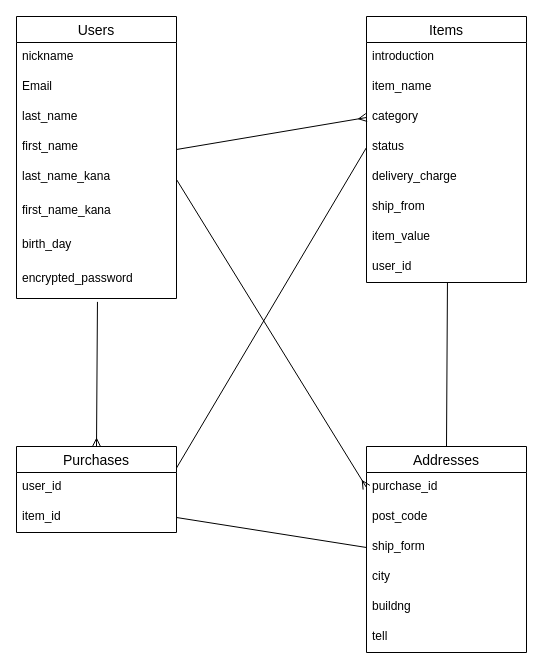
This is furimadb.drawio from IonIon917/furima-37218, a draw.io file, before an edit. Source tidied: cells renumbered, new cells numbered last; positions are measured from the earlier drawing's top-left corner, leaving out a move shared by most shapes. Both pictures are drawn from the tidied source at 100%, with x=0, y=0 at pixel (16, 16).
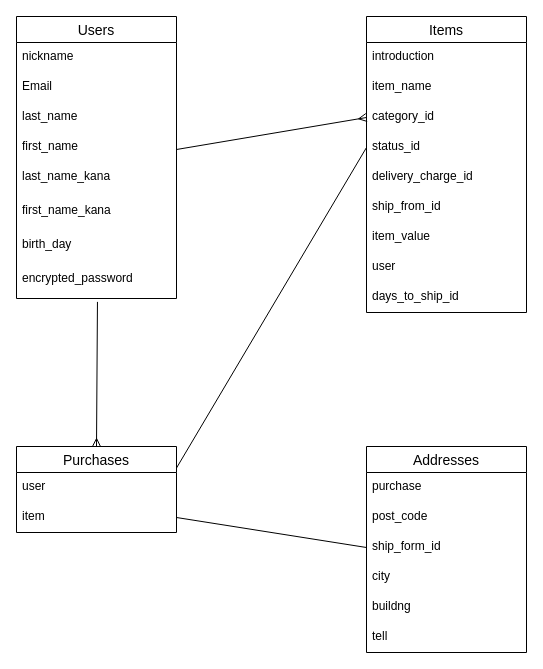
After the change.

The change refers to these unchanged cells:
```xml
<mxCell id="7" value="last_name_kana" style="text;strokeColor=none;fillColor=none;spacingLeft=4;spacingRight=4;overflow=hidden;points=[[0,0.5],[1,0.5]];portConstraint=eastwest;fontSize=12;" parent="2" vertex="1">
  <mxGeometry y="146" width="160" height="34" as="geometry" />
</mxCell>
<mxCell id="23" value="Purchases" style="swimlane;fontStyle=0;horizontal=1;startSize=26;align=center;fontSize=14;" parent="1" vertex="1">
  <mxGeometry y="430" width="160" height="86" as="geometry" />
</mxCell>
<mxCell id="27" value="Addresses" style="swimlane;fontStyle=0;horizontal=1;startSize=26;align=center;fontSize=14;" parent="1" vertex="1">
  <mxGeometry x="350" y="430" width="160" height="206" as="geometry" />
</mxCell>
```

The edit, as a diff of the source:
```diff
@@
     <mxCell id="11" value="Items" style="swimlane;fontStyle=0;horizontal=1;startSize=26;align=center;fontSize=14;" parent="1" vertex="1">
-      <mxGeometry x="350" width="160" height="266" as="geometry" />
+      <mxGeometry x="350" width="160" height="296" as="geometry" />
     </mxCell>
@@
-    <mxCell id="14" value="category" style="text;strokeColor=none;fillColor=none;spacingLeft=4;spacingRight=4;overflow=hidden;points=[[0,0.5],[1,0.5]];portConstraint=eastwest;fontSize=12;" parent="11" vertex="1">
+    <mxCell id="14" value="category_id" style="text;strokeColor=none;fillColor=none;spacingLeft=4;spacingRight=4;overflow=hidden;points=[[0,0.5],[1,0.5]];portConstraint=eastwest;fontSize=12;" parent="11" vertex="1">
       <mxGeometry y="86" width="160" height="30" as="geometry" />
     </mxCell>
-    <mxCell id="15" value="status" style="text;strokeColor=none;fillColor=none;spacingLeft=4;spacingRight=4;overflow=hidden;points=[[0,0.5],[1,0.5]];portConstraint=eastwest;fontSize=12;" parent="11" vertex="1">
+    <mxCell id="15" value="status_id" style="text;strokeColor=none;fillColor=none;spacingLeft=4;spacingRight=4;overflow=hidden;points=[[0,0.5],[1,0.5]];portConstraint=eastwest;fontSize=12;" parent="11" vertex="1">
       <mxGeometry y="116" width="160" height="30" as="geometry" />
     </mxCell>
-    <mxCell id="16" value="delivery_charge" style="text;strokeColor=none;fillColor=none;spacingLeft=4;spacingRight=4;overflow=hidden;fontSize=12;" parent="11" vertex="1">
+    <mxCell id="16" value="delivery_charge_id" style="text;strokeColor=none;fillColor=none;spacingLeft=4;spacingRight=4;overflow=hidden;fontSize=12;" parent="11" vertex="1">
       <mxGeometry y="146" width="160" height="30" as="geometry" />
     </mxCell>
-    <mxCell id="17" value="ship_from" style="text;strokeColor=none;fillColor=none;spacingLeft=4;spacingRight=4;overflow=hidden;fontSize=12;" parent="11" vertex="1">
+    <mxCell id="17" value="ship_from_id" style="text;strokeColor=none;fillColor=none;spacingLeft=4;spacingRight=4;overflow=hidden;fontSize=12;" parent="11" vertex="1">
       <mxGeometry y="176" width="160" height="30" as="geometry" />
     </mxCell>
@@
-    <mxCell id="19" value="user_id" style="text;strokeColor=none;fillColor=none;spacingLeft=4;spacingRight=4;overflow=hidden;points=[[0,0.5],[1,0.5]];portConstraint=eastwest;fontSize=12;" parent="11" vertex="1">
+    <mxCell id="19" value="user" style="text;strokeColor=none;fillColor=none;spacingLeft=4;spacingRight=4;overflow=hidden;points=[[0,0.5],[1,0.5]];portConstraint=eastwest;fontSize=12;" parent="11" vertex="1">
       <mxGeometry y="236" width="160" height="30" as="geometry" />
     </mxCell>
+    <mxCell id="36" value="days_to_ship_id" style="text;strokeColor=none;fillColor=none;spacingLeft=4;spacingRight=4;overflow=hidden;fontSize=12;" parent="11" vertex="1">
+      <mxGeometry y="266" width="160" height="30" as="geometry" />
+    </mxCell>
@@
-    <mxCell id="24" value="user_id" style="text;strokeColor=none;fillColor=none;spacingLeft=4;spacingRight=4;overflow=hidden;fontSize=12;" parent="23" vertex="1">
+    <mxCell id="24" value="user" style="text;strokeColor=none;fillColor=none;spacingLeft=4;spacingRight=4;overflow=hidden;fontSize=12;" parent="23" vertex="1">
       <mxGeometry y="26" width="160" height="30" as="geometry" />
     </mxCell>
-    <mxCell id="25" value="item_id" style="text;strokeColor=none;fillColor=none;spacingLeft=4;spacingRight=4;overflow=hidden;points=[[0,0.5],[1,0.5]];portConstraint=eastwest;fontSize=12;" parent="23" vertex="1">
+    <mxCell id="25" value="item" style="text;strokeColor=none;fillColor=none;spacingLeft=4;spacingRight=4;overflow=hidden;points=[[0,0.5],[1,0.5]];portConstraint=eastwest;fontSize=12;" parent="23" vertex="1">
       <mxGeometry y="56" width="160" height="30" as="geometry" />
     </mxCell>
-    <mxCell id="26" style="edgeStyle=none;html=1;exitX=0.5;exitY=0;exitDx=0;exitDy=0;entryX=0.506;entryY=0.993;entryDx=0;entryDy=0;entryPerimeter=0;endArrow=none;endFill=0;" parent="1" edge="1" source="27" target="19">
-      <mxGeometry relative="1" as="geometry" />
-    </mxCell>
@@
-    <mxCell id="28" value="purchase_id" style="text;strokeColor=none;fillColor=none;spacingLeft=4;spacingRight=4;overflow=hidden;fontSize=12;" parent="27" vertex="1">
+    <mxCell id="28" value="purchase" style="text;strokeColor=none;fillColor=none;spacingLeft=4;spacingRight=4;overflow=hidden;fontSize=12;" parent="27" vertex="1">
       <mxGeometry y="26" width="160" height="30" as="geometry" />
     </mxCell>
@@
-    <mxCell id="30" value="ship_form" style="text;strokeColor=none;fillColor=none;spacingLeft=4;spacingRight=4;overflow=hidden;points=[[0,0.5],[1,0.5]];portConstraint=eastwest;fontSize=12;" parent="27" vertex="1">
+    <mxCell id="30" value="ship_form_id" style="text;strokeColor=none;fillColor=none;spacingLeft=4;spacingRight=4;overflow=hidden;points=[[0,0.5],[1,0.5]];portConstraint=eastwest;fontSize=12;" parent="27" vertex="1">
       <mxGeometry y="86" width="160" height="30" as="geometry" />
     </mxCell>
@@
-    <mxCell id="35" style="edgeStyle=none;html=1;exitX=1;exitY=0.5;exitDx=0;exitDy=0;entryX=0;entryY=0.5;entryDx=0;entryDy=0;endArrow=ERmany;endFill=0;" parent="1" edge="1" source="7">
-      <mxGeometry relative="1" as="geometry">
-        <mxPoint x="350" y="471" as="targetPoint" />
-      </mxGeometry>
-    </mxCell>
```
